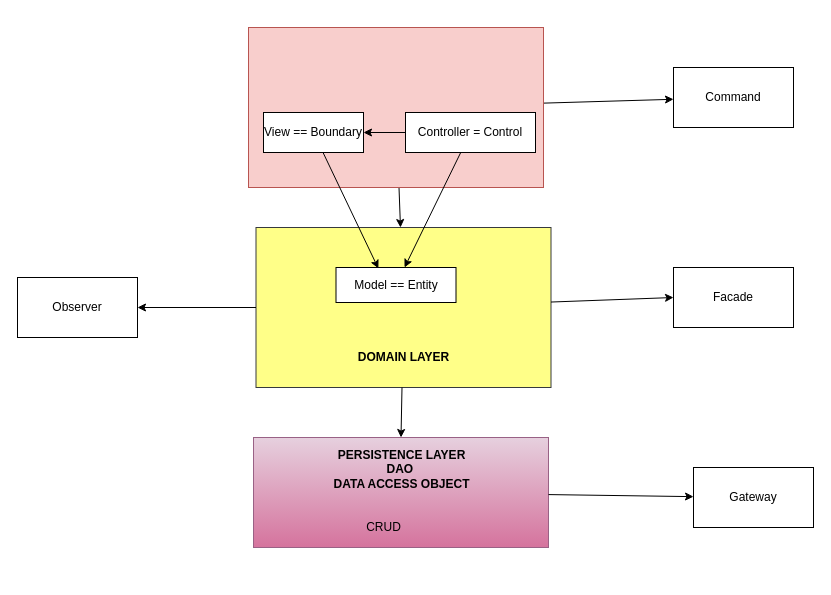
Before: page "Three_layer" (1 of 13) of Diagrams.drawio in TMChi3n/DesignPattern, a draw.io diagram. Source tidied: cells renumbered, new cells numbered last; positions are measured from the earlier drawing's top-left corner, leaving out a move shared by most shapes. Both pictures are drawn from the tidied source at 100%, with x=0, y=0 at pixel (17, 27).
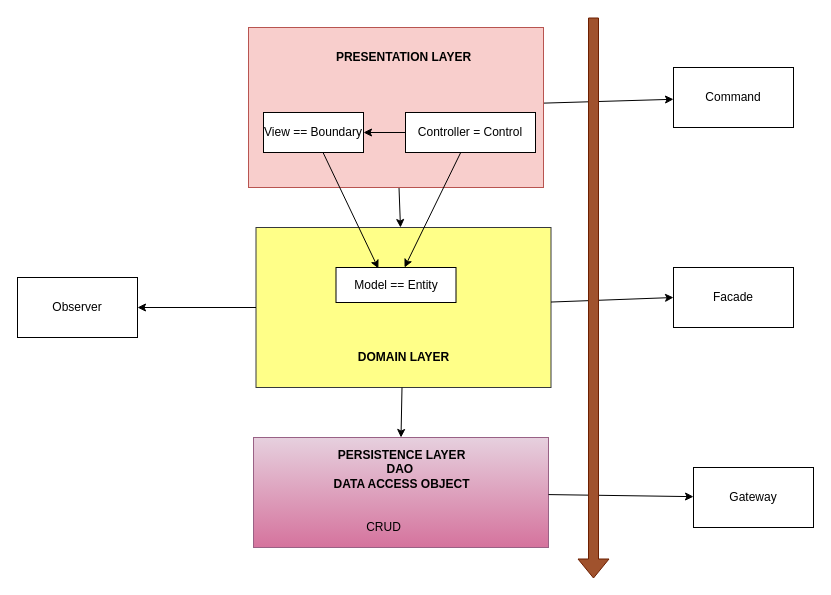
The same page after the edit.

Diff of the diagram source:
```diff
@@
+    <mxCell id="26" style="shape=flexArrow;endArrow=classic;html=1;rounded=0;fillColor=#a0522d;strokeColor=#6D1F00;" parent="1" edge="1">
+      <mxGeometry relative="1" as="geometry">
+        <mxPoint x="576" y="-10" as="sourcePoint" />
+        <mxPoint x="576" y="551" as="targetPoint" />
+      </mxGeometry>
+    </mxCell>
+    <mxCell id="27" value="&lt;span style=&quot;&quot;&gt;PRESENTATION LAYER&lt;/span&gt;" style="text;html=1;align=center;verticalAlign=middle;strokeColor=none;fillColor=none;fontStyle=1;" parent="1" vertex="1">
+      <mxGeometry x="311" y="20" width="150" height="20" as="geometry" />
+    </mxCell>
```
